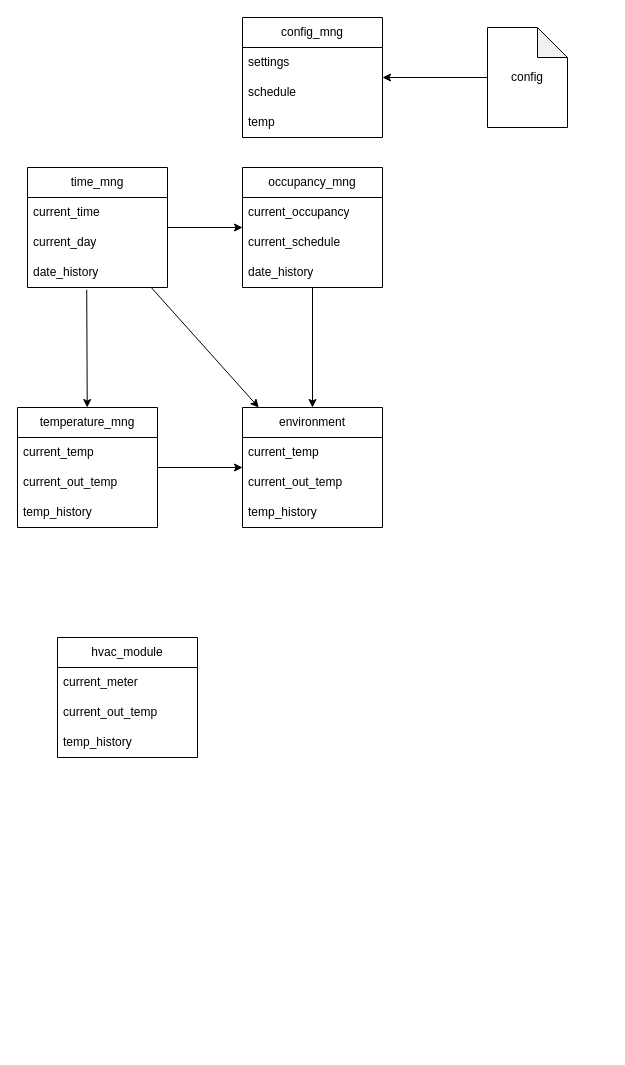
Above: doc/diagram.dio in fix1t/SmartTemp-RL (draw.io), before the change. Source tidied: cells renumbered, new cells numbered last; positions are measured from the earlier drawing's top-left corner, leaving out a move shared by most shapes. Both pictures are drawn from the tidied source at 100%, with x=0, y=0 at pixel (17, 17).
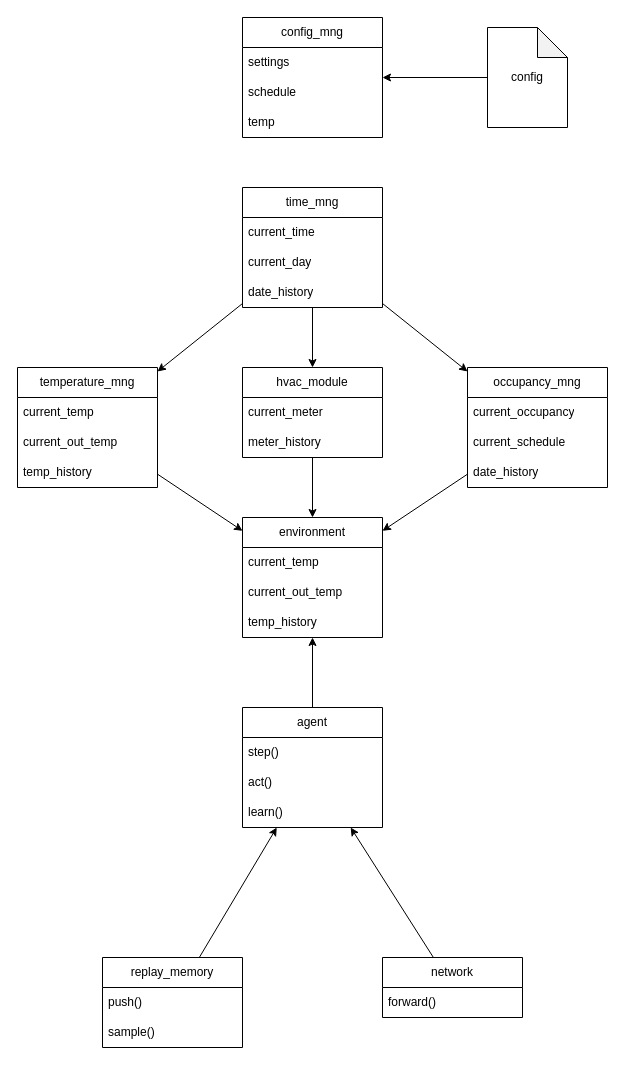
After the change.

Commit message (it also covers changes not shown here):
Incorporation agent to environment + agent replay

Unchanged cells that the change refers to:
```xml
<mxCell id="8" value="date_history" style="text;strokeColor=none;fillColor=none;align=left;verticalAlign=middle;spacingLeft=4;spacingRight=4;overflow=hidden;points=[[0,0.5],[1,0.5]];portConstraint=eastwest;whiteSpace=wrap;html=1;" parent="5" vertex="1">
  <mxGeometry y="90" width="140" height="30" as="geometry" />
</mxCell>
```

What changed in the source:
```diff
@@
-    <mxCell id="2" style="edgeStyle=none;html=1;" parent="1" edge="1" source="5" target="25">
+    <mxCell id="2" style="edgeStyle=none;html=1;" parent="1" edge="1" source="5" target="29">
       <mxGeometry relative="1" as="geometry" />
     </mxCell>
@@
-    <mxCell id="4" style="edgeStyle=none;html=1;exitX=0.423;exitY=1.074;exitDx=0;exitDy=0;exitPerimeter=0;" parent="1" edge="1" source="8" target="15">
+    <mxCell id="4" style="edgeStyle=none;html=1;" parent="1" edge="1" source="5" target="15">
       <mxGeometry relative="1" as="geometry" />
     </mxCell>
     <mxCell id="5" value="time_mng" style="swimlane;fontStyle=0;horizontal=1;startSize=30;whiteSpace=wrap;html=1;" parent="1" vertex="1">
-      <mxGeometry x="10" y="150" width="140" height="120" as="geometry" />
+      <mxGeometry x="225" y="170" width="140" height="120" as="geometry" />
     </mxCell>
@@
     <mxCell id="10" value="occupancy_mng" style="swimlane;fontStyle=0;horizontal=1;startSize=30;whiteSpace=wrap;html=1;" parent="1" vertex="1">
-      <mxGeometry x="225" y="150" width="140" height="120" as="geometry" />
+      <mxGeometry x="450" y="350" width="140" height="120" as="geometry" />
     </mxCell>
@@
     <mxCell id="15" value="temperature_mng" style="swimlane;fontStyle=0;horizontal=1;startSize=30;whiteSpace=wrap;html=1;" parent="1" vertex="1">
-      <mxGeometry y="390" width="140" height="120" as="geometry" />
+      <mxGeometry y="350" width="140" height="120" as="geometry" />
     </mxCell>
@@
     <mxCell id="25" value="environment" style="swimlane;fontStyle=0;horizontal=1;startSize=30;whiteSpace=wrap;html=1;" parent="1" vertex="1">
-      <mxGeometry x="225" y="390" width="140" height="120" as="geometry" />
+      <mxGeometry x="225" y="500" width="140" height="120" as="geometry" />
     </mxCell>
@@
+    <mxCell id="32" style="edgeStyle=none;html=1;" parent="1" edge="1" source="29" target="25">
+      <mxGeometry relative="1" as="geometry" />
+    </mxCell>
     <mxCell id="29" value="hvac_module" style="swimlane;fontStyle=0;horizontal=1;startSize=30;whiteSpace=wrap;html=1;" parent="1" vertex="1">
-      <mxGeometry x="40" y="620" width="140" height="120" as="geometry" />
+      <mxGeometry x="225" y="350" width="140" height="90" as="geometry" />
     </mxCell>
@@
-    <mxCell id="31" value="current_out_temp" style="text;strokeColor=none;fillColor=none;align=left;verticalAlign=middle;spacingLeft=4;spacingRight=4;overflow=hidden;whiteSpace=wrap;html=1;" parent="29" vertex="1">
+    <mxCell id="31" value="meter_history" style="text;strokeColor=none;fillColor=none;align=left;verticalAlign=middle;spacingLeft=4;spacingRight=4;overflow=hidden;whiteSpace=wrap;html=1;" parent="29" vertex="1">
       <mxGeometry y="60" width="140" height="30" as="geometry" />
     </mxCell>
-    <mxCell id="32" value="temp_history" style="text;strokeColor=none;fillColor=none;align=left;verticalAlign=middle;spacingLeft=4;spacingRight=4;overflow=hidden;whiteSpace=wrap;html=1;" parent="29" vertex="1">
-      <mxGeometry y="90" width="140" height="30" as="geometry" />
-    </mxCell>
+    <mxCell id="33" style="edgeStyle=none;html=1;" parent="1" edge="1" source="34" target="25">
+      <mxGeometry relative="1" as="geometry" />
+    </mxCell>
+    <mxCell id="34" value="agent" style="swimlane;fontStyle=0;horizontal=1;startSize=30;whiteSpace=wrap;html=1;" parent="1" vertex="1">
+      <mxGeometry x="225" y="690" width="140" height="120" as="geometry" />
+    </mxCell>
+    <mxCell id="35" value="step()" style="text;strokeColor=none;fillColor=none;align=left;verticalAlign=middle;spacingLeft=4;spacingRight=4;overflow=hidden;whiteSpace=wrap;html=1;" parent="34" vertex="1">
+      <mxGeometry y="30" width="140" height="30" as="geometry" />
+    </mxCell>
+    <mxCell id="36" value="act()" style="text;strokeColor=none;fillColor=none;align=left;verticalAlign=middle;spacingLeft=4;spacingRight=4;overflow=hidden;whiteSpace=wrap;html=1;" parent="34" vertex="1">
+      <mxGeometry y="60" width="140" height="30" as="geometry" />
+    </mxCell>
+    <mxCell id="37" value="learn()" style="text;strokeColor=none;fillColor=none;align=left;verticalAlign=middle;spacingLeft=4;spacingRight=4;overflow=hidden;whiteSpace=wrap;html=1;" parent="34" vertex="1">
+      <mxGeometry y="90" width="140" height="30" as="geometry" />
+    </mxCell>
+    <mxCell id="38" style="edgeStyle=none;html=1;" parent="1" edge="1" source="39" target="34">
+      <mxGeometry relative="1" as="geometry" />
+    </mxCell>
+    <mxCell id="39" value="network" style="swimlane;fontStyle=0;horizontal=1;startSize=30;whiteSpace=wrap;html=1;" parent="1" vertex="1">
+      <mxGeometry x="365" y="940" width="140" height="60" as="geometry" />
+    </mxCell>
+    <mxCell id="40" value="forward()" style="text;strokeColor=none;fillColor=none;align=left;verticalAlign=middle;spacingLeft=4;spacingRight=4;overflow=hidden;whiteSpace=wrap;html=1;" parent="39" vertex="1">
+      <mxGeometry y="30" width="140" height="30" as="geometry" />
+    </mxCell>
+    <mxCell id="41" style="edgeStyle=none;html=1;" parent="1" edge="1" source="42" target="34">
+      <mxGeometry relative="1" as="geometry" />
+    </mxCell>
+    <mxCell id="42" value="replay_memory" style="swimlane;fontStyle=0;horizontal=1;startSize=30;whiteSpace=wrap;html=1;" parent="1" vertex="1">
+      <mxGeometry x="85" y="940" width="140" height="90" as="geometry" />
+    </mxCell>
+    <mxCell id="43" value="push()" style="text;strokeColor=none;fillColor=none;align=left;verticalAlign=middle;spacingLeft=4;spacingRight=4;overflow=hidden;whiteSpace=wrap;html=1;" parent="42" vertex="1">
+      <mxGeometry y="30" width="140" height="30" as="geometry" />
+    </mxCell>
+    <mxCell id="44" value="sample()" style="text;strokeColor=none;fillColor=none;align=left;verticalAlign=middle;spacingLeft=4;spacingRight=4;overflow=hidden;whiteSpace=wrap;html=1;" parent="42" vertex="1">
+      <mxGeometry y="60" width="140" height="30" as="geometry" />
+    </mxCell>
```
